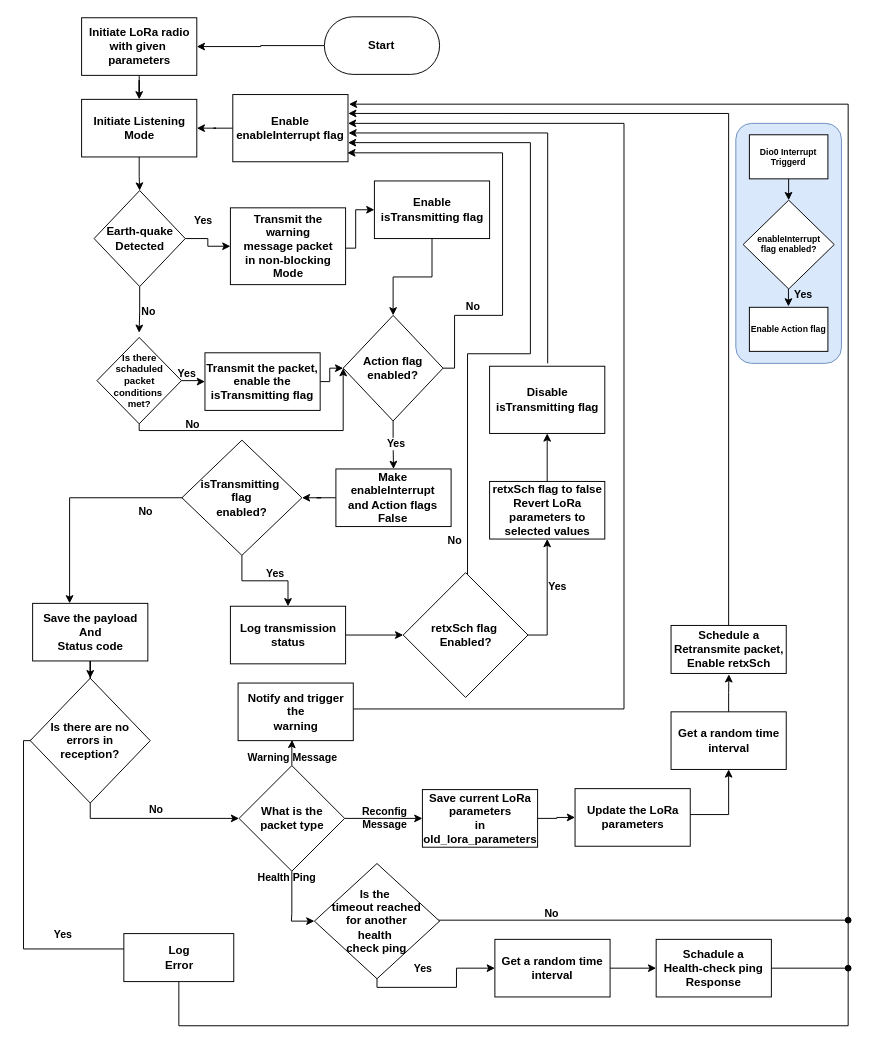
The draw.io diagram End device flow.drawio in NuwanUdara/my-diagrams, before the edit. Source tidied: cells renumbered, new cells numbered last; positions are measured from the earlier drawing's top-left corner, leaving out a move shared by most shapes. Both pictures are drawn from the tidied source at 96%, with x=0, y=0 at pixel (23, 16).
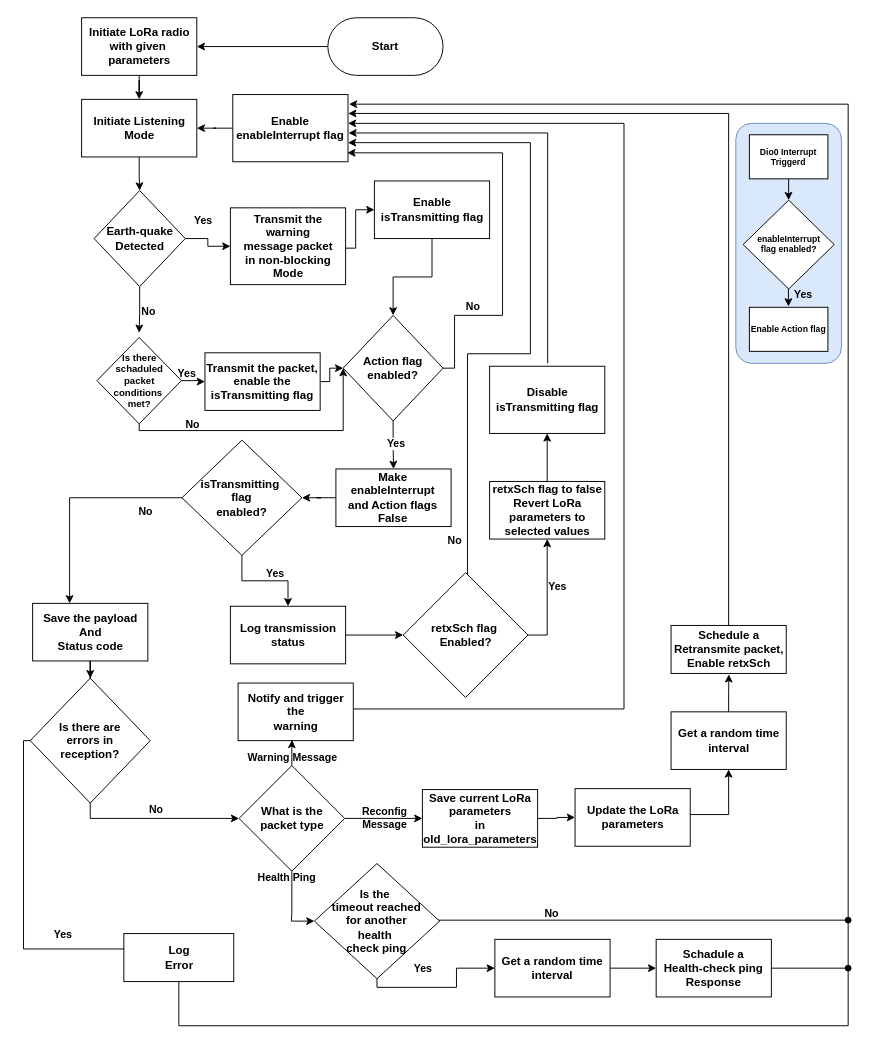
The same diagram, later.

Diff of the diagram source:
```diff
@@
     <mxCell id="3" value="Start" style="rounded=1;whiteSpace=wrap;html=1;arcSize=50;fontStyle=1;" parent="1" vertex="1">
-      <mxGeometry x="313.4" width="120" height="60" as="geometry" />
+      <mxGeometry x="317" y="1" width="120" height="60" as="geometry" />
     </mxCell>
@@
-    <mxCell id="52" value="Is there are no&lt;div&gt;errors in&lt;/div&gt;&lt;div&gt;reception?&lt;/div&gt;" style="rhombus;whiteSpace=wrap;html=1;fontStyle=1;" parent="1" vertex="1">
+    <mxCell id="52" value="Is there are&lt;div&gt;errors in&lt;/div&gt;&lt;div&gt;reception?&lt;/div&gt;" style="rhombus;whiteSpace=wrap;html=1;fontStyle=1;" parent="1" vertex="1">
       <mxGeometry x="7" y="689" width="125" height="130" as="geometry" />
     </mxCell>
```
